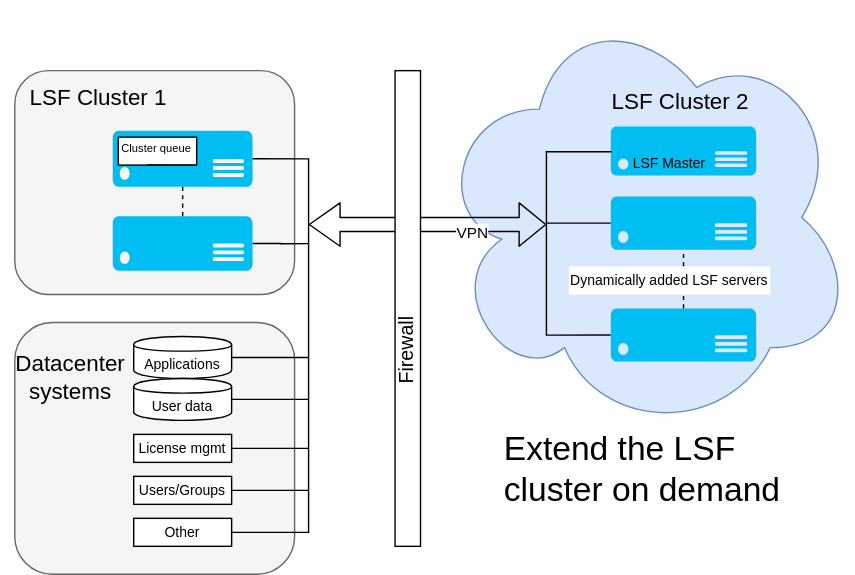
Earlier version of the draw.io export diagrams/hpc-eda-arch.svg (ibm-cloud-docs/solution-tutorials). Source tidied: cells renumbered, new cells last; positions are measured from the earlier drawing's top-left corner, leaving out a move shared by most shapes. The source it was exported from:
```xml
<mxGraphModel>
  <root>
    <mxCell id="0" />
    <mxCell id="1" parent="0" />
    <mxCell id="2" style="ellipse;shape=cloud;whiteSpace=wrap;html=1;fillColor=#dae8fc;strokeColor=#6c8ebf;" parent="1" vertex="1">
      <mxGeometry x="310" width="300" height="310" as="geometry" />
    </mxCell>
    <mxCell id="3" style="rounded=1;whiteSpace=wrap;html=1;fillColor=#f5f5f5;strokeColor=#666666;fontColor=#333333;" parent="1" vertex="1">
      <mxGeometry x="10" y="230" width="200" height="180" as="geometry" />
    </mxCell>
    <mxCell id="4" style="rounded=1;whiteSpace=wrap;html=1;fillColor=#f5f5f5;strokeColor=#666666;fontColor=#333333;" parent="1" vertex="1">
      <mxGeometry x="10" y="50" width="200" height="160" as="geometry" />
    </mxCell>
    <mxCell id="5" value="LSF Cluster 2" style="text;html=1;strokeColor=none;fillColor=none;align=center;verticalAlign=middle;whiteSpace=wrap;rounded=0;fontSize=16;" parent="1" vertex="1">
      <mxGeometry x="436" y="70" width="100" height="3" as="geometry" />
    </mxCell>
    <mxCell id="6" style="verticalLabelPosition=bottom;html=1;verticalAlign=top;align=center;strokeColor=none;fillColor=#00BEF2;shape=mxgraph.azure.server;" parent="1" vertex="1">
      <mxGeometry x="436" y="90" width="104" height="35" as="geometry" />
    </mxCell>
    <mxCell id="7" style="endArrow=none;html=1;strokeColor=#000000;edgeStyle=orthogonalEdgeStyle;rounded=0;entryX=0;entryY=0.5;entryDx=0;entryDy=0;entryPerimeter=0;exitX=0;exitY=0.5;exitDx=0;exitDy=0;exitPerimeter=0;" parent="1" edge="1" source="11" target="6">
      <mxGeometry relative="1" as="geometry">
        <Array as="points">
          <mxPoint x="390" y="239" />
          <mxPoint x="390" y="108" />
          <mxPoint x="436" y="108" />
        </Array>
      </mxGeometry>
    </mxCell>
    <mxCell id="8" value="&lt;font style=&quot;font-size: 10px&quot;&gt;LSF Master&lt;/font&gt;" style="text;html=1;strokeColor=none;fillColor=none;align=center;verticalAlign=middle;whiteSpace=wrap;rounded=0;" parent="1" vertex="1">
      <mxGeometry x="448" y="106" width="60" height="20" as="geometry" />
    </mxCell>
    <mxCell id="9" style="endArrow=none;html=1;strokeColor=#000000;entryX=0;entryY=0.5;entryDx=0;entryDy=0;entryPerimeter=0;" parent="1" edge="1" target="10">
      <mxGeometry relative="1" as="geometry">
        <mxPoint x="390" y="159" as="sourcePoint" />
      </mxGeometry>
    </mxCell>
    <mxCell id="10" style="verticalLabelPosition=bottom;html=1;verticalAlign=top;align=center;strokeColor=none;fillColor=#00BEF2;shape=mxgraph.azure.server;" parent="1" vertex="1">
      <mxGeometry x="436" y="140" width="104" height="38" as="geometry" />
    </mxCell>
    <mxCell id="11" style="verticalLabelPosition=bottom;html=1;verticalAlign=top;align=center;strokeColor=none;fillColor=#00BEF2;shape=mxgraph.azure.server;" parent="1" vertex="1">
      <mxGeometry x="436" y="220" width="104" height="38" as="geometry" />
    </mxCell>
    <mxCell id="12" style="group;" parent="1" vertex="1">
      <mxGeometry x="280" y="80" width="20" height="310" as="geometry" />
    </mxCell>
    <mxCell id="13" style="shape=flexArrow;endArrow=classic;startArrow=classic;html=1;strokeColor=#000000;startSize=7;strokeWidth=1;width=10;" parent="12" edge="1">
      <mxGeometry relative="1" as="geometry">
        <mxPoint x="-60" y="80" as="sourcePoint" />
        <mxPoint x="110" y="80" as="targetPoint" />
      </mxGeometry>
    </mxCell>
    <mxCell id="14" value="VPN" style="edgeLabel;html=1;align=center;verticalAlign=middle;" parent="13" vertex="1">
      <mxGeometry x="0.37" y="-6" relative="1" as="geometry" />
    </mxCell>
    <mxCell id="15" style="rounded=0;whiteSpace=wrap;html=1;" parent="12" vertex="1">
      <mxGeometry x="1.8" y="-30" width="18.2" height="340" as="geometry" />
    </mxCell>
    <mxCell id="16" value="&lt;font style=&quot;font-size: 14px&quot;&gt;Firewall&lt;/font&gt;" style="text;html=1;strokeColor=none;fillColor=none;align=center;verticalAlign=middle;whiteSpace=wrap;rounded=0;rotation=-90;" parent="12" vertex="1">
      <mxGeometry x="-8.2" y="160" width="36.4" height="20" as="geometry" />
    </mxCell>
    <mxCell id="17" value="LSF Cluster 1" style="text;html=1;strokeColor=none;fillColor=none;align=center;verticalAlign=middle;whiteSpace=wrap;rounded=0;fontSize=16;" parent="1" vertex="1">
      <mxGeometry x="20" y="67" width="100" height="3" as="geometry" />
    </mxCell>
    <mxCell id="18" style="verticalLabelPosition=bottom;html=1;verticalAlign=top;align=center;strokeColor=none;fillColor=#00BEF2;shape=mxgraph.azure.server;" parent="1" vertex="1">
      <mxGeometry x="80" y="93" width="100" height="40" as="geometry" />
    </mxCell>
    <mxCell id="19" style="edgeStyle=orthogonalEdgeStyle;rounded=0;jettySize=auto;html=1;exitX=1;exitY=0.5;exitDx=0;exitDy=0;exitPerimeter=0;startSize=7;endArrow=none;endFill=0;strokeColor=#000000;strokeWidth=1;fillColor=none;" parent="1" edge="1" source="20">
      <mxGeometry relative="1" as="geometry">
        <mxPoint x="220" y="173.7" as="targetPoint" />
      </mxGeometry>
    </mxCell>
    <mxCell id="20" style="verticalLabelPosition=bottom;html=1;verticalAlign=top;align=center;strokeColor=none;fillColor=#00BEF2;shape=mxgraph.azure.server;" parent="1" vertex="1">
      <mxGeometry x="80" y="154" width="100" height="39" as="geometry" />
    </mxCell>
    <mxCell id="21" style="endArrow=none;dashed=1;html=1;strokeColor=#000000;strokeWidth=1;fillColor=none;entryX=0.5;entryY=1;entryDx=0;entryDy=0;entryPerimeter=0;exitX=0.5;exitY=0;exitDx=0;exitDy=0;exitPerimeter=0;" parent="1" edge="1" source="20" target="18">
      <mxGeometry relative="1" as="geometry" />
    </mxCell>
    <mxCell id="22" style="endArrow=none;dashed=1;html=1;strokeColor=#000000;strokeWidth=1;fillColor=none;entryX=0.5;entryY=1;entryDx=0;entryDy=0;entryPerimeter=0;exitX=0.5;exitY=0;exitDx=0;exitDy=0;exitPerimeter=0;" parent="1" edge="1" source="11" target="10">
      <mxGeometry relative="1" as="geometry" />
    </mxCell>
    <mxCell id="23" value="&lt;font style=&quot;font-size: 10px&quot;&gt;Dynamically added LSF servers&lt;/font&gt;" style="text;html=1;strokeColor=none;align=center;verticalAlign=middle;whiteSpace=wrap;rounded=0;fillColor=#FFFFFF;" parent="1" vertex="1">
      <mxGeometry x="406" y="190" width="144" height="20" as="geometry" />
    </mxCell>
    <mxCell id="24" style="edgeStyle=orthogonalEdgeStyle;rounded=0;jettySize=auto;html=1;exitX=1;exitY=0.5;exitDx=0;exitDy=0;startSize=7;endArrow=none;endFill=0;strokeColor=#000000;strokeWidth=1;fillColor=none;" parent="1" edge="1" source="25">
      <mxGeometry relative="1" as="geometry">
        <mxPoint x="220" y="255" as="targetPoint" />
      </mxGeometry>
    </mxCell>
    <mxCell id="25" value="&lt;font style=&quot;font-size: 10px&quot;&gt;Applications&lt;/font&gt;" style="shape=cylinder;whiteSpace=wrap;html=1;boundedLbl=1;backgroundOutline=1;fillColor=#FFFFFF;" parent="1" vertex="1">
      <mxGeometry x="95" y="240" width="70" height="30" as="geometry" />
    </mxCell>
    <mxCell id="26" style="edgeStyle=orthogonalEdgeStyle;rounded=0;jettySize=auto;html=1;exitX=1;exitY=0.5;exitDx=0;exitDy=0;startSize=7;strokeColor=#000000;strokeWidth=1;fillColor=none;endArrow=none;endFill=0;" parent="1" edge="1" source="27">
      <mxGeometry relative="1" as="geometry">
        <mxPoint x="220" y="285" as="targetPoint" />
      </mxGeometry>
    </mxCell>
    <mxCell id="27" value="&lt;font style=&quot;font-size: 10px&quot;&gt;User data&lt;/font&gt;" style="shape=cylinder;whiteSpace=wrap;html=1;boundedLbl=1;backgroundOutline=1;fillColor=#FFFFFF;" parent="1" vertex="1">
      <mxGeometry x="95" y="270" width="70" height="30" as="geometry" />
    </mxCell>
    <mxCell id="28" style="edgeStyle=orthogonalEdgeStyle;rounded=0;jettySize=auto;html=1;exitX=1;exitY=0.5;exitDx=0;exitDy=0;startSize=7;endArrow=none;endFill=0;strokeColor=#000000;strokeWidth=1;fillColor=none;" parent="1" edge="1" source="29">
      <mxGeometry relative="1" as="geometry">
        <mxPoint x="220" y="320" as="targetPoint" />
      </mxGeometry>
    </mxCell>
    <mxCell id="29" value="&lt;font style=&quot;font-size: 10px&quot;&gt;License mgmt&lt;/font&gt;" style="rounded=0;whiteSpace=wrap;html=1;fillColor=#FFFFFF;" parent="1" vertex="1">
      <mxGeometry x="95" y="310" width="70" height="20" as="geometry" />
    </mxCell>
    <mxCell id="30" style="edgeStyle=orthogonalEdgeStyle;rounded=0;jettySize=auto;html=1;exitX=1;exitY=0.5;exitDx=0;exitDy=0;startSize=7;endArrow=none;endFill=0;strokeColor=#000000;strokeWidth=1;fillColor=none;" parent="1" edge="1" source="31">
      <mxGeometry relative="1" as="geometry">
        <mxPoint x="220" y="350" as="targetPoint" />
      </mxGeometry>
    </mxCell>
    <mxCell id="31" value="&lt;font style=&quot;font-size: 10px&quot;&gt;Users/Groups&lt;/font&gt;" style="rounded=0;whiteSpace=wrap;html=1;fillColor=#FFFFFF;" parent="1" vertex="1">
      <mxGeometry x="95" y="340" width="70" height="20" as="geometry" />
    </mxCell>
    <mxCell id="32" value="&lt;font style=&quot;font-size: 10px&quot;&gt;Other&lt;/font&gt;" style="rounded=0;whiteSpace=wrap;html=1;fillColor=#FFFFFF;" parent="1" vertex="1">
      <mxGeometry x="95" y="370" width="70" height="20" as="geometry" />
    </mxCell>
    <mxCell id="33" style="endArrow=none;html=1;strokeColor=#000000;edgeStyle=orthogonalEdgeStyle;rounded=0;entryX=1;entryY=0.5;entryDx=0;entryDy=0;entryPerimeter=0;exitX=1;exitY=0.5;exitDx=0;exitDy=0;" parent="1" edge="1" source="32" target="18">
      <mxGeometry relative="1" as="geometry">
        <Array as="points">
          <mxPoint x="220" y="380" />
          <mxPoint x="220" y="113" />
        </Array>
      </mxGeometry>
    </mxCell>
    <mxCell id="34" value="Datacenter systems" style="text;html=1;strokeColor=none;fillColor=none;align=center;verticalAlign=middle;whiteSpace=wrap;rounded=0;fontSize=16;" parent="1" vertex="1">
      <mxGeometry y="267" width="100" height="3" as="geometry" />
    </mxCell>
    <mxCell id="35" style="rounded=0;whiteSpace=wrap;html=1;" parent="1" vertex="1">
      <mxGeometry x="84" y="97.5" width="56" height="20" as="geometry" />
    </mxCell>
    <mxCell id="36" style="edgeStyle=orthogonalEdgeStyle;rounded=0;orthogonalLoop=1;jettySize=auto;html=1;exitX=1;exitY=1;exitDx=0;exitDy=0;entryX=0.379;entryY=1.019;entryDx=0;entryDy=0;entryPerimeter=0;startSize=7;endArrow=none;endFill=0;strokeColor=#000000;strokeWidth=1;fillColor=none;" parent="1" edge="1" source="35" target="35">
      <mxGeometry relative="1" as="geometry" />
    </mxCell>
    <mxCell id="37" value="&lt;font style=&quot;font-size: 8px&quot;&gt;Cluster queue&lt;/font&gt;" style="text;html=1;strokeColor=none;fillColor=none;align=center;verticalAlign=middle;whiteSpace=wrap;rounded=0;" parent="1" vertex="1">
      <mxGeometry x="83" y="94.5" width="57" height="20" as="geometry" />
    </mxCell>
    <mxCell id="38" value="&lt;font style=&quot;font-size: 24px&quot;&gt;Extend the LSF cluster on demand&lt;/font&gt;" style="text;html=1;strokeColor=none;fillColor=none;align=left;verticalAlign=middle;whiteSpace=wrap;rounded=0;fontSize=20;" parent="1" vertex="1">
      <mxGeometry x="358" y="300" width="204" height="70" as="geometry" />
    </mxCell>
  </root>
</mxGraphModel>
```
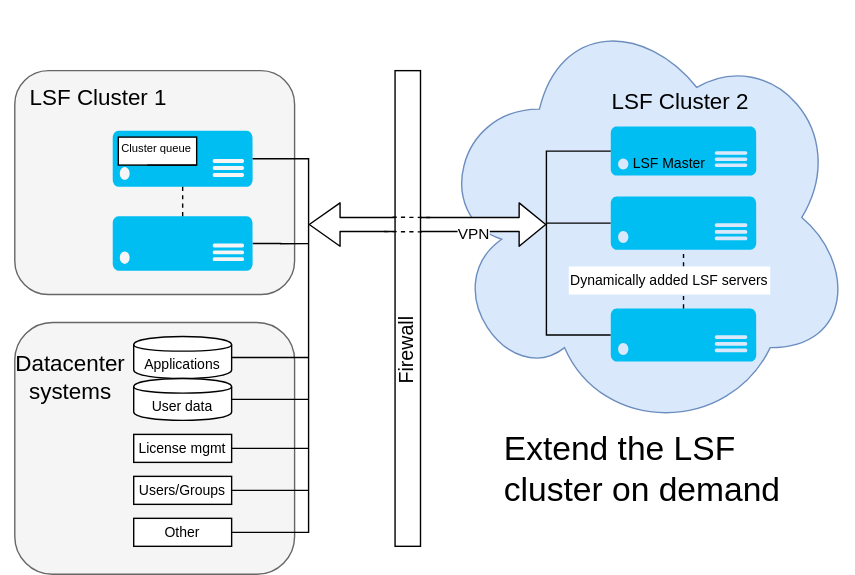
The same diagram one commit later.

Change to the diagram source:
```diff
@@ -43,7 +43,7 @@
     <mxCell id="12" style="group;" parent="1" vertex="1">
       <mxGeometry x="280" y="80" width="20" height="310" as="geometry" />
     </mxCell>
-    <mxCell id="13" style="shape=flexArrow;endArrow=classic;startArrow=classic;html=1;strokeColor=#000000;startSize=7;strokeWidth=1;width=10;" parent="12" edge="1">
+    <mxCell id="13" style="shape=flexArrow;endArrow=classic;startArrow=classic;html=1;strokeColor=#000000;startSize=7;strokeWidth=1;width=10;fillColor=#ffffff;" parent="12" edge="1">
       <mxGeometry relative="1" as="geometry">
         <mxPoint x="-60" y="80" as="sourcePoint" />
         <mxPoint x="110" y="80" as="targetPoint" />
@@ -58,6 +58,18 @@
     <mxCell id="16" value="&lt;font style=&quot;font-size: 14px&quot;&gt;Firewall&lt;/font&gt;" style="text;html=1;strokeColor=none;fillColor=none;align=center;verticalAlign=middle;whiteSpace=wrap;rounded=0;rotation=-90;" parent="12" vertex="1">
       <mxGeometry x="-8.2" y="160" width="36.4" height="20" as="geometry" />
     </mxCell>
+    <mxCell id="39" style="endArrow=none;dashed=1;html=1;exitX=0.01;exitY=0.311;exitDx=0;exitDy=0;exitPerimeter=0;" parent="12" edge="1">
+      <mxGeometry relative="1" as="geometry">
+        <mxPoint y="74.7" as="sourcePoint" />
+        <mxPoint x="28" y="75" as="targetPoint" />
+      </mxGeometry>
+    </mxCell>
+    <mxCell id="40" style="endArrow=none;dashed=1;html=1;exitX=0.01;exitY=0.311;exitDx=0;exitDy=0;exitPerimeter=0;" parent="12" edge="1">
+      <mxGeometry relative="1" as="geometry">
+        <mxPoint x="-6" y="85" as="sourcePoint" />
+        <mxPoint x="22" y="85.3" as="targetPoint" />
+      </mxGeometry>
+    </mxCell>
     <mxCell id="17" value="LSF Cluster 1" style="text;html=1;strokeColor=none;fillColor=none;align=center;verticalAlign=middle;whiteSpace=wrap;rounded=0;fontSize=16;" parent="1" vertex="1">
       <mxGeometry x="20" y="67" width="100" height="3" as="geometry" />
     </mxCell>
```
